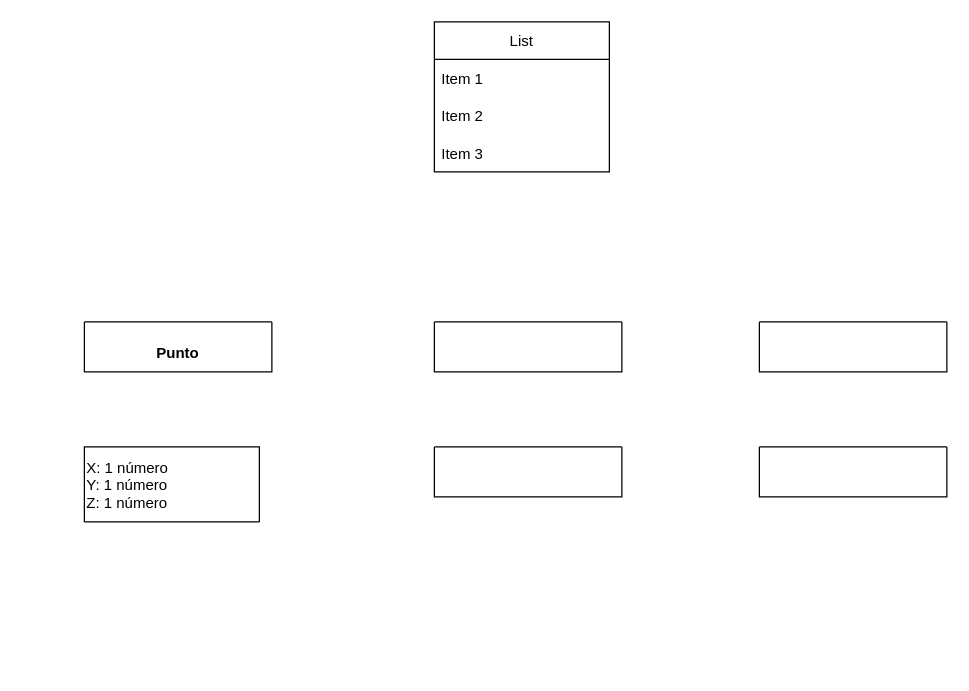
ESTHERRODRIGUEZGARCIA/TrabajoGrupal1-EDA keeps this draw.io diagram as Ejercicio 21.drawio. Above is the earlier version. Source tidied: cells renumbered, new cells numbered last; positions are measured from the earlier drawing's top-left corner, leaving out a move shared by most shapes. Both pictures are drawn from the tidied source at 125%, with x=0, y=0 at pixel (84, 21).
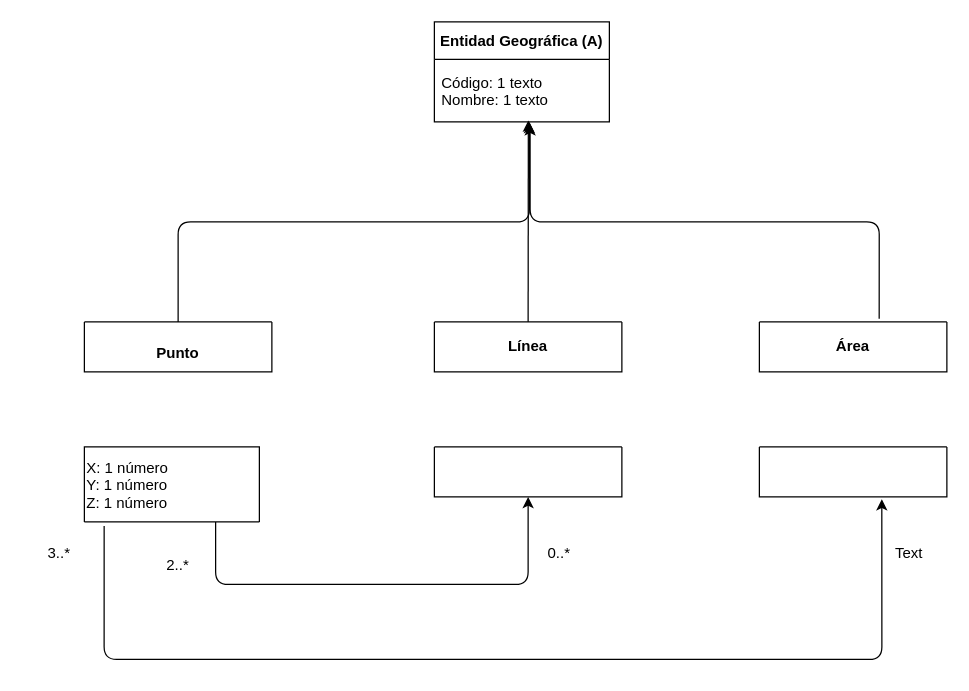
The same page after the edit.

The change refers to these unchanged cells:
```xml
<mxCell id="6" value="X: 1 número&#10;Y: 1 número&#10;Z: 1 número" style="swimlane;fontStyle=0;horizontal=1;startSize=60;align=left;" parent="1" vertex="1">
  <mxGeometry y="340" width="140" height="60" as="geometry" />
</mxCell>
<mxCell id="7" style="swimlane;startSize=0;" parent="1" vertex="1">
  <mxGeometry y="240" width="150" height="40" as="geometry" />
</mxCell>
<mxCell id="9" style="swimlane;startSize=0;" parent="1" vertex="1">
  <mxGeometry x="280" y="240" width="150" height="40" as="geometry" />
</mxCell>
<mxCell id="10" style="swimlane;startSize=0;" parent="1" vertex="1">
  <mxGeometry x="540" y="240" width="150" height="40" as="geometry" />
</mxCell>
<mxCell id="11" style="swimlane;startSize=0;" parent="1" vertex="1">
  <mxGeometry x="280" y="340" width="150" height="40" as="geometry" />
</mxCell>
<mxCell id="12" style="swimlane;startSize=0;" parent="1" vertex="1">
  <mxGeometry x="540" y="340" width="150" height="40" as="geometry" />
</mxCell>
```

What changed in the source:
```diff
@@
-    <mxCell id="2" value="List" style="swimlane;fontStyle=0;horizontal=1;startSize=30;" parent="1" vertex="1">
-      <mxGeometry x="280" width="140" height="120" as="geometry" />
+    <mxCell id="2" value="Entidad Geográfica (A)" style="swimlane;fontStyle=1;horizontal=1;startSize=30;" parent="1" vertex="1">
+      <mxGeometry x="280" width="140" height="80" as="geometry" />
     </mxCell>
-    <mxCell id="3" value="Item 1" style="text;strokeColor=none;fillColor=none;align=left;verticalAlign=middle;spacingLeft=4;spacingRight=4;overflow=hidden;points=[[0,0.5],[1,0.5]];portConstraint=eastwest;" parent="2" vertex="1">
-      <mxGeometry y="30" width="140" height="30" as="geometry" />
+    <mxCell id="3" value="Código: 1 texto&#10;Nombre: 1 texto" style="text;strokeColor=none;fillColor=none;align=left;verticalAlign=middle;spacingLeft=4;spacingRight=4;overflow=hidden;points=[[0,0.5],[1,0.5]];portConstraint=eastwest;" parent="2" vertex="1">
+      <mxGeometry y="30" width="140" height="50" as="geometry" />
     </mxCell>
-    <mxCell id="4" value="Item 2" style="text;strokeColor=none;fillColor=none;align=left;verticalAlign=middle;spacingLeft=4;spacingRight=4;overflow=hidden;" parent="2" vertex="1">
-      <mxGeometry y="60" width="140" height="30" as="geometry" />
-    </mxCell>
-    <mxCell id="5" value="Item 3" style="text;strokeColor=none;fillColor=none;align=left;verticalAlign=middle;spacingLeft=4;spacingRight=4;overflow=hidden;" parent="2" vertex="1">
-      <mxGeometry y="90" width="140" height="30" as="geometry" />
-    </mxCell>
@@
+    <mxCell id="13" value="&lt;b&gt;Línea&lt;/b&gt;" style="text;html=1;strokeColor=none;fillColor=none;align=center;verticalAlign=middle;whiteSpace=wrap;rounded=0;" parent="9" vertex="1">
+      <mxGeometry x="45" y="5" width="60" height="30" as="geometry" />
+    </mxCell>
@@
+    <mxCell id="14" value="&lt;b&gt;Área&lt;/b&gt;" style="text;html=1;strokeColor=none;fillColor=none;align=center;verticalAlign=middle;whiteSpace=wrap;rounded=0;" parent="10" vertex="1">
+      <mxGeometry x="45" y="5" width="60" height="30" as="geometry" />
+    </mxCell>
@@
+    <mxCell id="15" style="edgeStyle=segmentEdgeStyle;endArrow=classic;html=1;exitX=0.5;exitY=0;exitDx=0;exitDy=0;" parent="1" edge="1" source="7">
+      <mxGeometry relative="1" as="geometry">
+        <mxPoint x="356" y="80" as="targetPoint" />
+        <Array as="points">
+          <mxPoint x="75" y="160" />
+          <mxPoint x="356" y="160" />
+        </Array>
+      </mxGeometry>
+    </mxCell>
+    <mxCell id="16" style="edgeStyle=segmentEdgeStyle;endArrow=classic;html=1;entryX=0.537;entryY=0.979;entryDx=0;entryDy=0;entryPerimeter=0;exitX=0.5;exitY=0;exitDx=0;exitDy=0;" parent="1" edge="1" source="9" target="3">
+      <mxGeometry relative="1" as="geometry" />
+    </mxCell>
+    <mxCell id="17" style="edgeStyle=segmentEdgeStyle;endArrow=classic;html=1;entryX=0.547;entryY=1.038;entryDx=0;entryDy=0;entryPerimeter=0;exitX=0.639;exitY=-0.064;exitDx=0;exitDy=0;exitPerimeter=0;" parent="1" edge="1" source="10" target="3">
+      <mxGeometry relative="1" as="geometry">
+        <Array as="points">
+          <mxPoint x="636" y="160" />
+          <mxPoint x="357" y="160" />
+        </Array>
+      </mxGeometry>
+    </mxCell>
+    <mxCell id="18" style="edgeStyle=segmentEdgeStyle;endArrow=classic;html=1;exitX=0.113;exitY=1.056;exitDx=0;exitDy=0;exitPerimeter=0;entryX=0.653;entryY=1.047;entryDx=0;entryDy=0;entryPerimeter=0;" parent="1" edge="1" source="6" target="12">
+      <mxGeometry relative="1" as="geometry">
+        <Array as="points">
+          <mxPoint x="16" y="510" />
+          <mxPoint x="638" y="510" />
+        </Array>
+      </mxGeometry>
+    </mxCell>
+    <mxCell id="19" style="edgeStyle=segmentEdgeStyle;endArrow=classic;html=1;exitX=0.75;exitY=1;exitDx=0;exitDy=0;entryX=0.5;entryY=1;entryDx=0;entryDy=0;" parent="1" edge="1" source="6" target="11">
+      <mxGeometry relative="1" as="geometry">
+        <Array as="points">
+          <mxPoint x="105" y="450" />
+          <mxPoint x="355" y="450" />
+        </Array>
+      </mxGeometry>
+    </mxCell>
+    <mxCell id="20" value="3..*" style="text;html=1;strokeColor=none;fillColor=none;align=center;verticalAlign=middle;whiteSpace=wrap;rounded=0;" parent="1" vertex="1">
+      <mxGeometry x="-50" y="410" width="60" height="30" as="geometry" />
+    </mxCell>
+    <mxCell id="21" value="2..*" style="text;html=1;strokeColor=none;fillColor=none;align=center;verticalAlign=middle;whiteSpace=wrap;rounded=0;" parent="1" vertex="1">
+      <mxGeometry x="45" y="420" width="60" height="30" as="geometry" />
+    </mxCell>
+    <mxCell id="22" value="0..*" style="text;html=1;strokeColor=none;fillColor=none;align=center;verticalAlign=middle;whiteSpace=wrap;rounded=0;" parent="1" vertex="1">
+      <mxGeometry x="350" y="410" width="60" height="30" as="geometry" />
+    </mxCell>
+    <mxCell id="23" value="Text" style="text;html=1;strokeColor=none;fillColor=none;align=center;verticalAlign=middle;whiteSpace=wrap;rounded=0;" parent="1" vertex="1">
+      <mxGeometry x="630" y="410" width="60" height="30" as="geometry" />
+    </mxCell>
```
